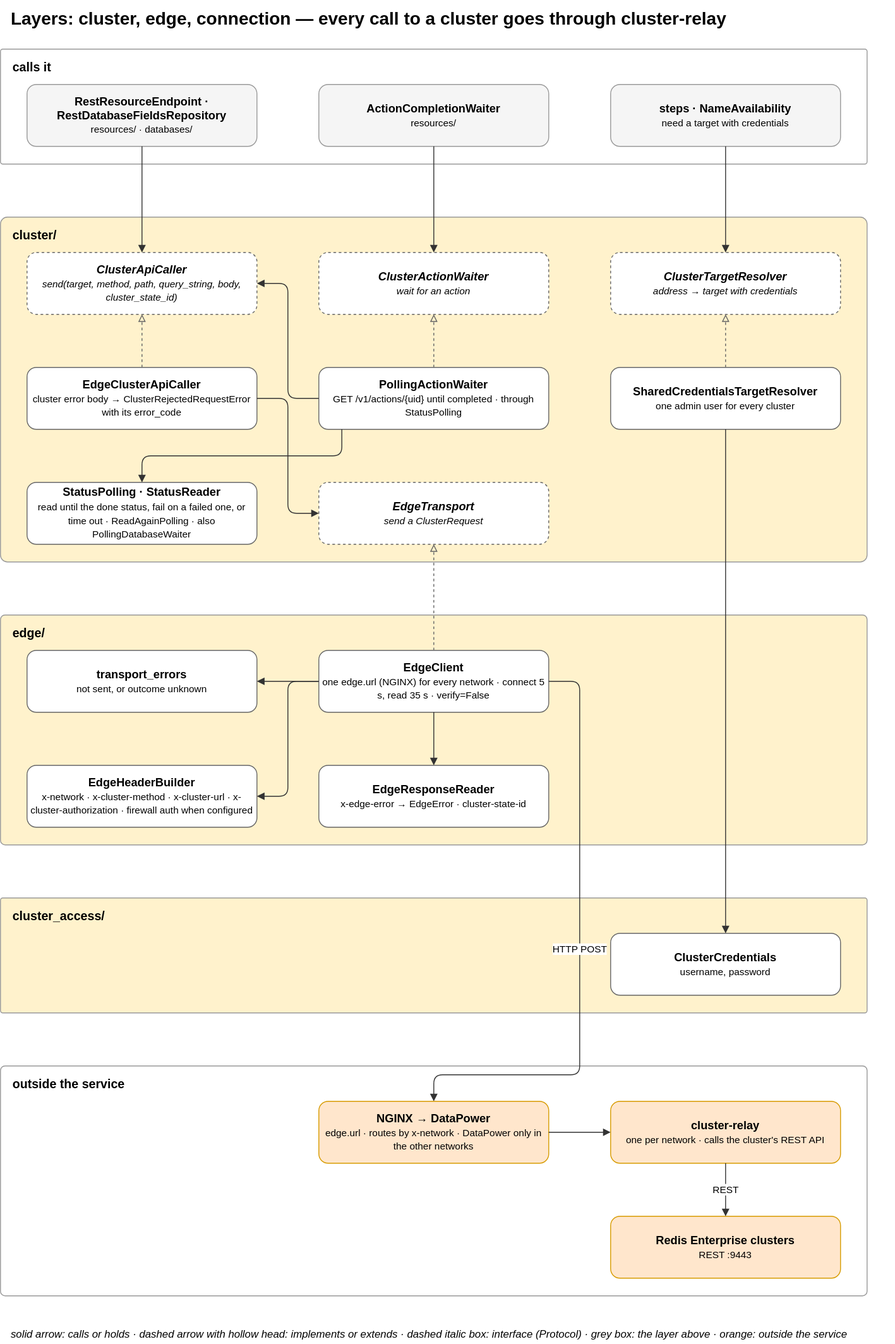
Above: docs/diagrams/08-layer-transport.drawio.svg in EliShteinman/redis-enterprise-services (draw.io), before the change. Source tidied: cells renumbered, new cells last; positions are measured from the earlier drawing's top-left corner, leaving out a move shared by most shapes.
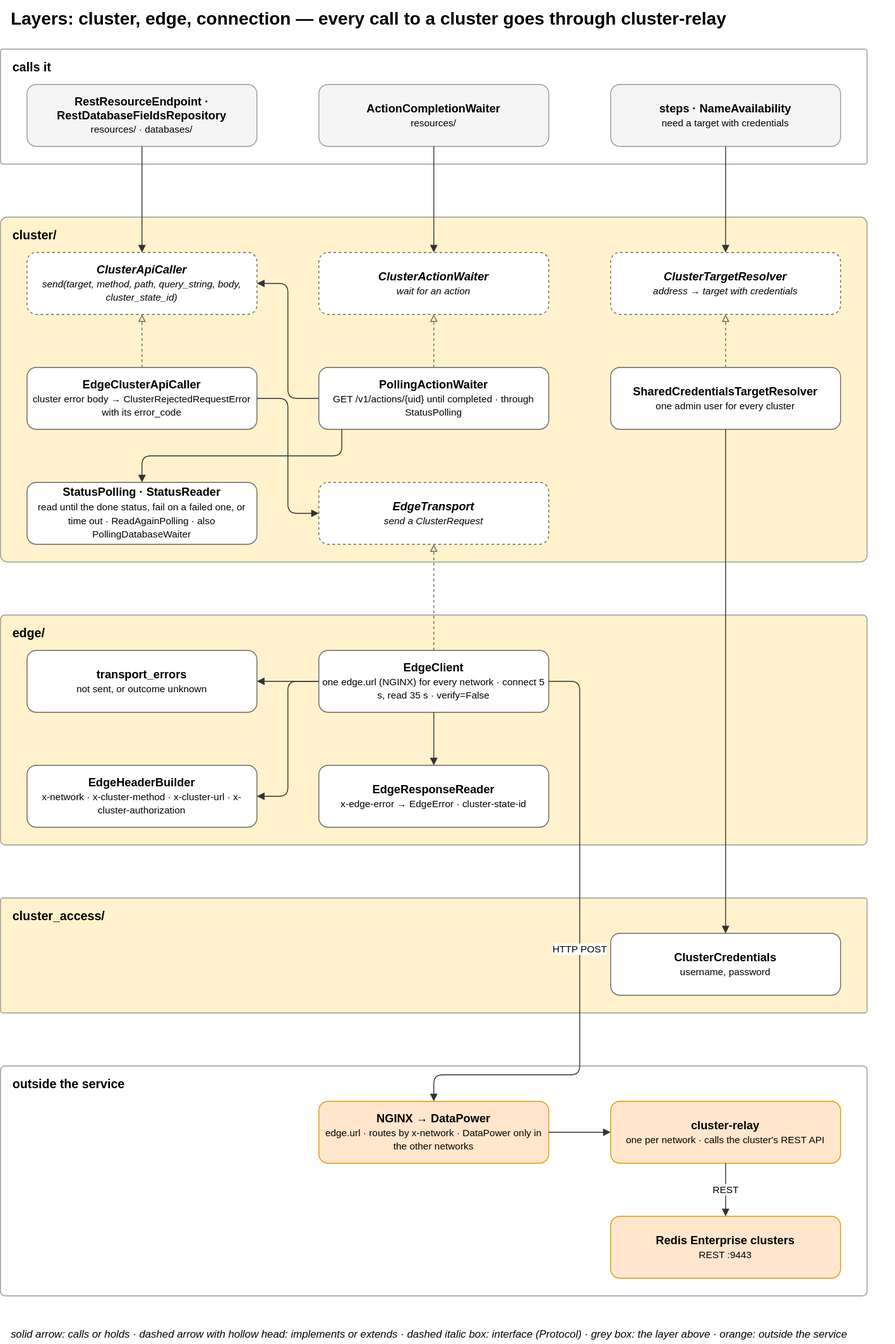
The same file after the commit.

Commit message:
docs: the proxy authenticates to DataPower; the service sends no firewall credentials

Diff of the diagram source:
```diff
@@ -50,7 +50,7 @@
     <mxCell id="17" value="&lt;b&gt;EdgeClient&lt;/b&gt;&lt;br&gt;&lt;font style='font-size:11px'&gt;one edge.url (NGINX) for every network · connect 5 s, read 35 s · verify=False&lt;/font&gt;" style="rounded=1;whiteSpace=wrap;html=1;fillColor=#ffffff;strokeColor=#666666;fontSize=13;" parent="1" vertex="1">
       <mxGeometry x="360" y="735" width="260" height="70" as="geometry" />
     </mxCell>
-    <mxCell id="18" value="&lt;b&gt;EdgeHeaderBuilder&lt;/b&gt;&lt;br&gt;&lt;font style='font-size:11px'&gt;x-network · x-cluster-method · x-cluster-url · x-cluster-authorization · firewall auth when configured&lt;/font&gt;" style="rounded=1;whiteSpace=wrap;html=1;fillColor=#ffffff;strokeColor=#666666;fontSize=13;" parent="1" vertex="1">
+    <mxCell id="18" value="&lt;b&gt;EdgeHeaderBuilder&lt;/b&gt;&lt;br&gt;&lt;font style='font-size:11px'&gt;x-network · x-cluster-method · x-cluster-url · x-cluster-authorization&lt;/font&gt;" style="rounded=1;whiteSpace=wrap;html=1;fillColor=#ffffff;strokeColor=#666666;fontSize=13;" parent="1" vertex="1">
       <mxGeometry x="30" y="865" width="260" height="70" as="geometry" />
     </mxCell>
     <mxCell id="19" value="&lt;b&gt;EdgeResponseReader&lt;/b&gt;&lt;br&gt;&lt;font style='font-size:11px'&gt;x-edge-error → EdgeError · cluster-state-id&lt;/font&gt;" style="rounded=1;whiteSpace=wrap;html=1;fillColor=#ffffff;strokeColor=#666666;fontSize=13;" parent="1" vertex="1">
```
